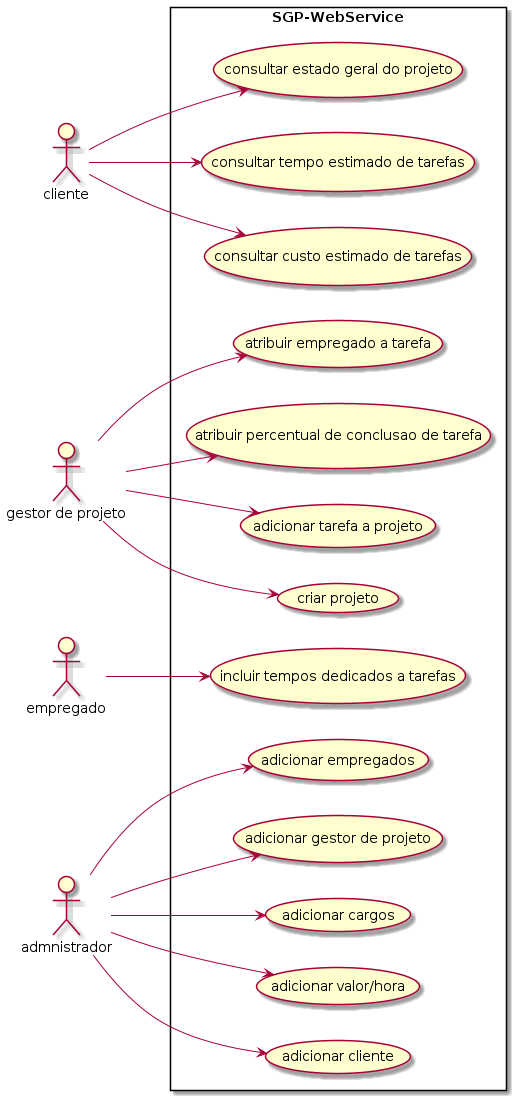
Before: Diagrama Casos de Uso/usecase.png, a diagram exported from PlantUML (PedroAlmeidacode/SGP-WebService).
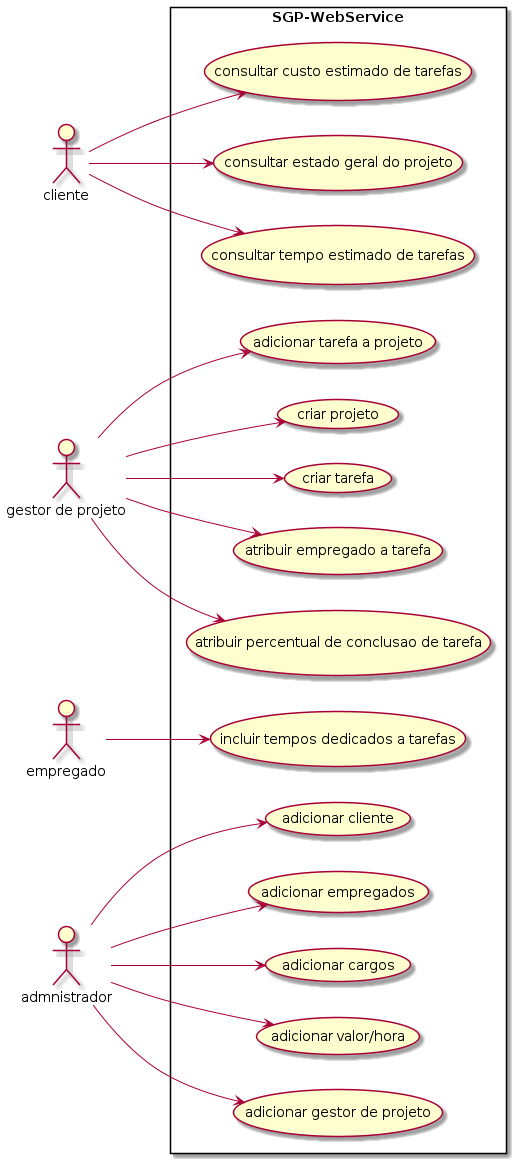
After the change.

Diff of the diagram source:
```diff
@@ -14,6 +14,7 @@
 usecase "criar projeto" as UC6
 usecase "adicionar cargos" as UC7
 usecase "adicionar valor/hora" as UC8
+usecase "criar tarefa" as UC12
 usecase "atribuir empregado a tarefa" as UC9
 usecase "adicionar empregados" as E1
 usecase "adicionar gestor de projeto" as E2
@@ -25,6 +26,7 @@
 c --> UC11
 e --> UC2
 gp --> UC6
+gp --> UC12
 gp --> UC5
 a--> UC7
 gp  --> UC4
```
